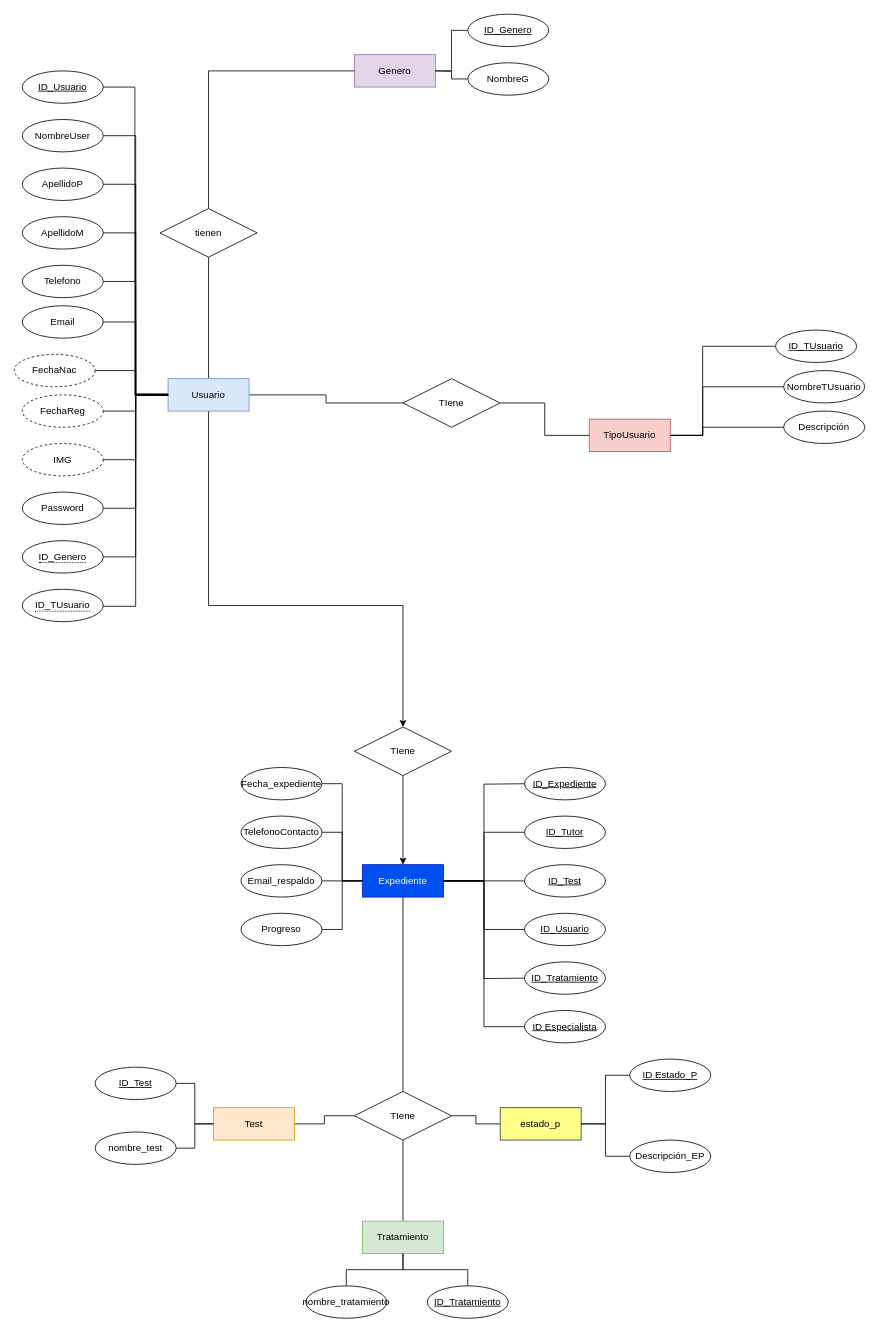
Before: Diagrama sin título.drawio in BrayanRosasC/Talk, a draw.io diagram. Source tidied: cells renumbered, new cells numbered last; positions are measured from the earlier drawing's top-left corner, leaving out a move shared by most shapes. Both pictures are drawn from the tidied source at 81%, with x=0, y=0 at pixel (14, 14).
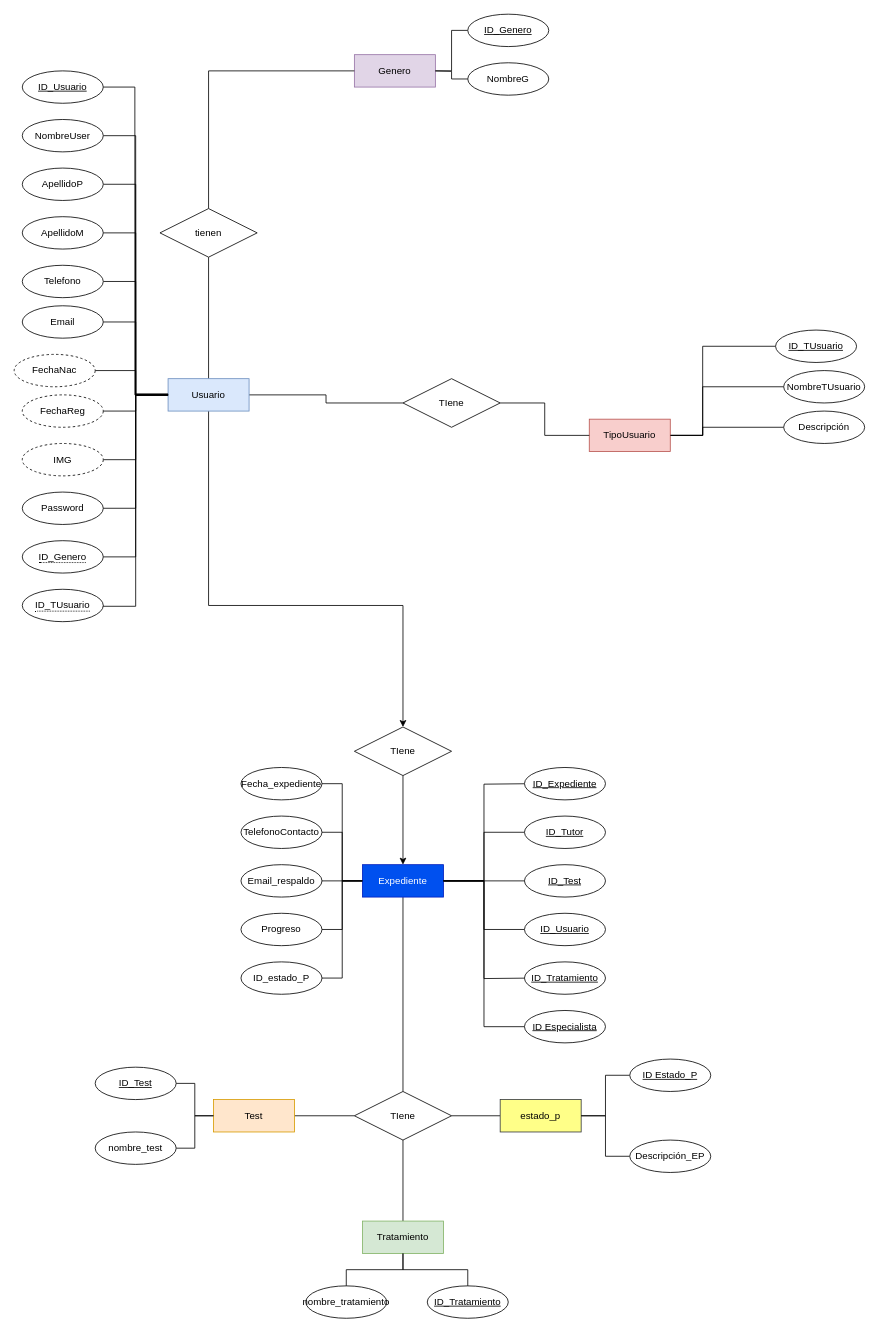
Above is the later version.

The change refers to these unchanged cells:
```xml
<mxCell id="49" value="Expediente" style="whiteSpace=wrap;html=1;align=center;fillColor=#0050ef;fontColor=#ffffff;strokeColor=#001DBC;" parent="1" vertex="1">
  <mxGeometry x="430" y="1050" width="100" height="40" as="geometry" />
</mxCell>
```

What changed in the source:
```diff
@@
     <mxCell id="72" value="Test" style="whiteSpace=wrap;html=1;align=center;fillColor=#ffe6cc;strokeColor=#d79b00;" parent="1" vertex="1">
-      <mxGeometry x="246" y="1350" width="100" height="40" as="geometry" />
+      <mxGeometry x="246" y="1340" width="100" height="40" as="geometry" />
     </mxCell>
@@
     <mxCell id="82" value="estado_p" style="whiteSpace=wrap;html=1;align=center;fillColor=#ffff88;strokeColor=#36393d;" parent="1" vertex="1">
-      <mxGeometry x="600" y="1350" width="100" height="40" as="geometry" />
+      <mxGeometry x="600" y="1340" width="100" height="40" as="geometry" />
     </mxCell>
@@
+    <mxCell id="89" style="edgeStyle=orthogonalEdgeStyle;rounded=0;jettySize=auto;html=1;entryX=0;entryY=0.5;entryDx=0;entryDy=0;endArrow=none;endFill=0;" parent="1" edge="1" source="90" target="49">
+      <mxGeometry relative="1" as="geometry" />
+    </mxCell>
+    <mxCell id="90" value="ID_estado_P" style="ellipse;whiteSpace=wrap;html=1;align=center;" parent="1" vertex="1">
+      <mxGeometry x="280" y="1170" width="100" height="40" as="geometry" />
+    </mxCell>
```
